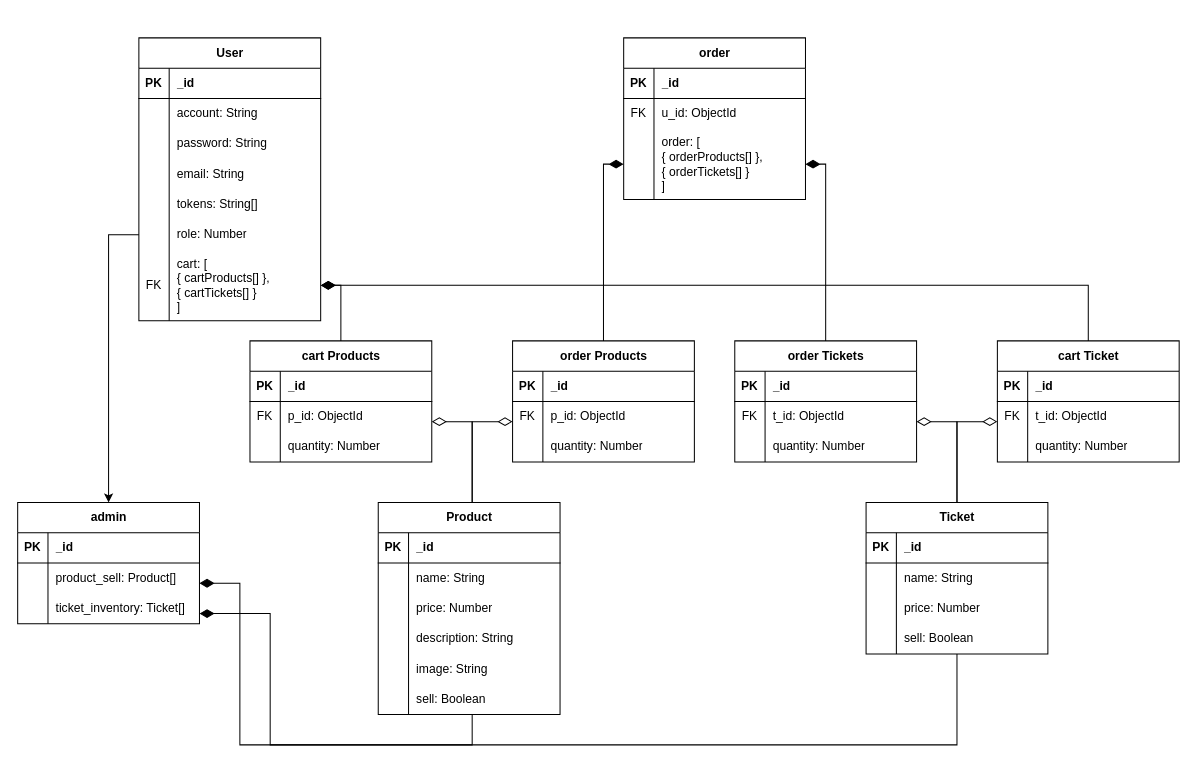
Above: 形象網站專題/database.drawio in Inori0107/Muller- (draw.io), before the change. Source tidied: cells renumbered, new cells numbered last; positions are measured from the earlier drawing's top-left corner, leaving out a move shared by most shapes. Both pictures are drawn from the tidied source at 101%, with x=0, y=0 at pixel (17, 37).
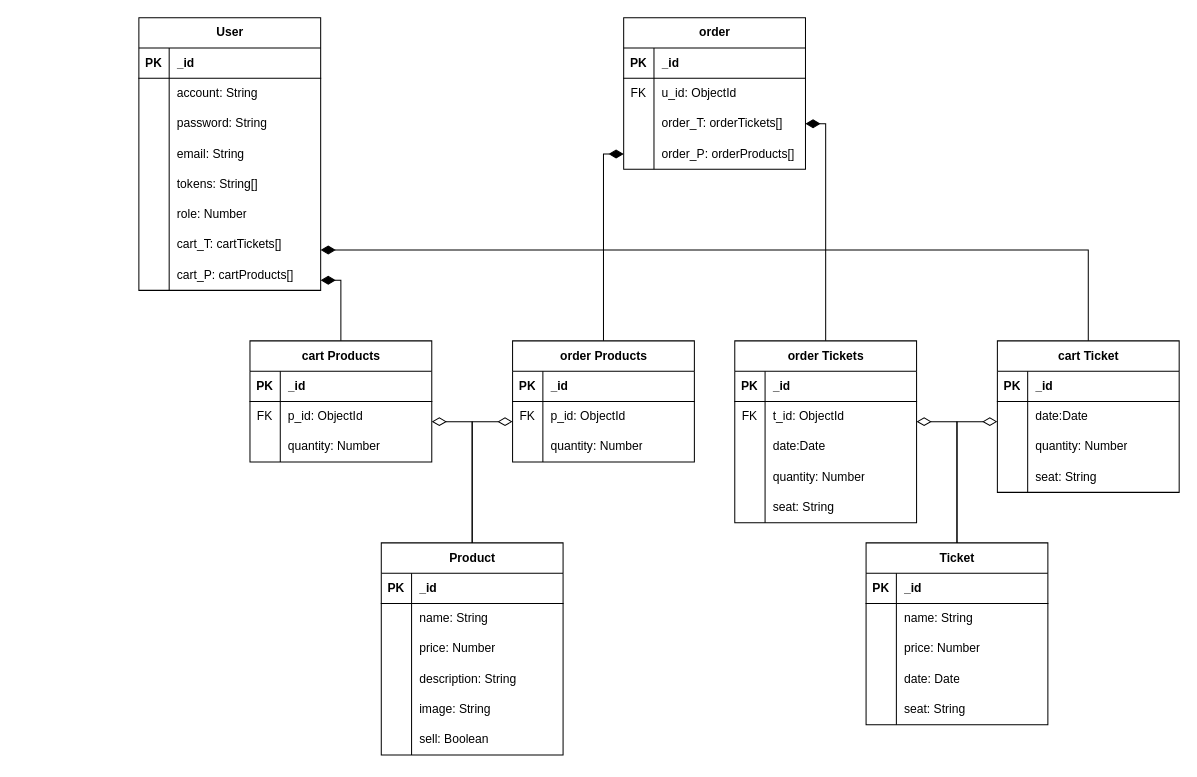
Above is the later version.

The change refers to these unchanged cells:
```xml
<mxCell id="18" style="shape=tableRow;horizontal=0;startSize=0;swimlaneHead=0;swimlaneBody=0;fillColor=none;points=[[0,0.5],[1,0.5]];portConstraint=eastwest;top=0;left=0;right=0;bottom=0;" parent="2" vertex="1">
  <mxGeometry y="180" width="180" height="30" as="geometry" />
</mxCell>
<mxCell id="24" value="cart Products" style="shape=table;startSize=30;childLayout=tableLayout;rowLines=0;fontStyle=1;align=center;html=1;" parent="1" vertex="1">
  <mxGeometry x="230" y="300" width="180" height="120" as="geometry" />
</mxCell>
<mxCell id="28" style="shape=tableRow;horizontal=0;startSize=0;swimlaneHead=0;swimlaneBody=0;fillColor=none;points=[[0,0.5],[1,0.5]];portConstraint=eastwest;top=0;left=0;right=0;bottom=0;" parent="24" vertex="1">
  <mxGeometry y="60" width="180" height="30" as="geometry" />
</mxCell>
<mxCell id="34" value="order Products" style="shape=table;startSize=30;childLayout=tableLayout;rowLines=0;fontStyle=1;align=center;html=1;" parent="1" vertex="1">
  <mxGeometry x="490" y="300" width="180" height="120" as="geometry" />
</mxCell>
<mxCell id="97" style="shape=tableRow;horizontal=0;startSize=0;swimlaneHead=0;swimlaneBody=0;fillColor=none;top=0;left=0;right=0;bottom=0;" parent="87" vertex="1">
  <mxGeometry y="120" width="180" height="30" as="geometry" />
</mxCell>
<mxCell id="104" style="shape=tableRow;horizontal=0;startSize=0;swimlaneHead=0;swimlaneBody=0;fillColor=none;points=[[0,0.5],[1,0.5]];portConstraint=eastwest;top=0;left=0;right=0;bottom=0;" parent="100" vertex="1">
  <mxGeometry y="60" width="180" height="30" as="geometry" />
</mxCell>
<mxCell id="118" style="shape=tableRow;horizontal=0;startSize=0;swimlaneHead=0;swimlaneBody=0;fillColor=none;top=0;left=0;right=0;bottom=0;" parent="111" vertex="1">
  <mxGeometry y="90" width="180" height="30" as="geometry" />
</mxCell>
```

What changed in the source:
```diff
@@
     <mxCell id="2" value="User" style="shape=table;startSize=30;childLayout=tableLayout;rowLines=0;fontStyle=1;align=center;html=1;" parent="1" vertex="1">
-      <mxGeometry x="120" width="180" height="280" as="geometry" />
+      <mxGeometry x="120" y="-20" width="180" height="270" as="geometry" />
     </mxCell>
@@
-    <mxCell id="21" style="shape=tableRow;horizontal=0;startSize=0;swimlaneHead=0;swimlaneBody=0;fillColor=none;points=[[0,0.5],[1,0.5]];portConstraint=eastwest;top=0;left=0;right=0;bottom=0;" parent="2" vertex="1">
-      <mxGeometry y="210" width="180" height="70" as="geometry" />
-    </mxCell>
-    <mxCell id="22" value="FK" style="shape=partialRectangle;fillColor=none;top=0;left=0;bottom=0;right=0;overflow=hidden;whiteSpace=wrap;html=1;" parent="21" vertex="1">
-      <mxGeometry width="30" height="70" as="geometry" />
-    </mxCell>
-    <mxCell id="23" value="cart: [&lt;div&gt;{ cartProducts[] },&lt;br&gt;{ cartTickets[] }&lt;/div&gt;&lt;div&gt;]&lt;/div&gt;" style="shape=partialRectangle;fillColor=none;top=0;left=0;bottom=0;right=0;align=left;spacingLeft=6;overflow=hidden;whiteSpace=wrap;html=1;" parent="21" vertex="1">
-      <mxGeometry x="30" width="150" height="70" as="geometry" />
-    </mxCell>
+    <mxCell id="128" style="shape=tableRow;horizontal=0;startSize=0;swimlaneHead=0;swimlaneBody=0;fillColor=none;points=[[0,0.5],[1,0.5]];portConstraint=eastwest;top=0;left=0;right=0;bottom=0;" parent="2" vertex="1">
+      <mxGeometry y="210" width="180" height="30" as="geometry" />
+    </mxCell>
+    <mxCell id="129" style="shape=partialRectangle;fillColor=none;top=0;left=0;bottom=0;right=0;overflow=hidden;whiteSpace=wrap;html=1;" parent="128" vertex="1">
+      <mxGeometry width="30" height="30" as="geometry" />
+    </mxCell>
+    <mxCell id="130" value="cart_T: cartTickets[]" style="shape=partialRectangle;fillColor=none;top=0;left=0;bottom=0;right=0;align=left;spacingLeft=6;overflow=hidden;whiteSpace=wrap;html=1;" parent="128" vertex="1">
+      <mxGeometry x="30" width="150" height="30" as="geometry" />
+    </mxCell>
+    <mxCell id="131" style="shape=tableRow;horizontal=0;startSize=0;swimlaneHead=0;swimlaneBody=0;fillColor=none;points=[[0,0.5],[1,0.5]];portConstraint=eastwest;top=0;left=0;right=0;bottom=0;" parent="2" vertex="1">
+      <mxGeometry y="240" width="180" height="30" as="geometry" />
+    </mxCell>
+    <mxCell id="132" style="shape=partialRectangle;fillColor=none;top=0;left=0;bottom=0;right=0;overflow=hidden;whiteSpace=wrap;html=1;" parent="131" vertex="1">
+      <mxGeometry width="30" height="30" as="geometry" />
+    </mxCell>
+    <mxCell id="133" value="cart_P: cartProducts[]" style="shape=partialRectangle;fillColor=none;top=0;left=0;bottom=0;right=0;align=left;spacingLeft=6;overflow=hidden;whiteSpace=wrap;html=1;" parent="131" vertex="1">
+      <mxGeometry x="30" width="150" height="30" as="geometry" />
+    </mxCell>
@@
-    <mxCell id="45" value="admin" style="shape=table;startSize=30;childLayout=tableLayout;rowLines=0;fontStyle=1;align=center;html=1;" parent="1" vertex="1">
-      <mxGeometry y="460" width="180" height="120" as="geometry" />
-    </mxCell>
-    <mxCell id="46" style="shape=tableRow;horizontal=0;startSize=0;swimlaneHead=0;swimlaneBody=0;fillColor=none;top=0;left=0;right=0;bottom=1;" parent="45" vertex="1">
-      <mxGeometry y="30" width="180" height="30" as="geometry" />
-    </mxCell>
-    <mxCell id="47" value="PK" style="shape=partialRectangle;fillColor=none;top=0;left=0;bottom=0;right=0;fontStyle=1;overflow=hidden;whiteSpace=wrap;html=1;" parent="46" vertex="1">
-      <mxGeometry width="30" height="30" as="geometry" />
-    </mxCell>
-    <mxCell id="48" value="_id" style="shape=partialRectangle;fillColor=none;top=0;left=0;bottom=0;right=0;align=left;spacingLeft=6;fontStyle=1;overflow=hidden;whiteSpace=wrap;html=1;" parent="46" vertex="1">
-      <mxGeometry x="30" width="150" height="30" as="geometry" />
-    </mxCell>
-    <mxCell id="49" style="shape=tableRow;horizontal=0;startSize=0;swimlaneHead=0;swimlaneBody=0;fillColor=none;points=[[0,0.5],[1,0.5]];portConstraint=eastwest;top=0;left=0;right=0;bottom=0;" parent="45" vertex="1">
-      <mxGeometry y="60" width="180" height="30" as="geometry" />
-    </mxCell>
-    <mxCell id="50" style="shape=partialRectangle;fillColor=none;top=0;left=0;bottom=0;right=0;overflow=hidden;whiteSpace=wrap;html=1;" parent="49" vertex="1">
-      <mxGeometry width="30" height="30" as="geometry" />
-    </mxCell>
-    <mxCell id="51" value="product_sell: Product[]" style="shape=partialRectangle;fillColor=none;top=0;left=0;bottom=0;right=0;align=left;spacingLeft=6;overflow=hidden;whiteSpace=wrap;html=1;" parent="49" vertex="1">
-      <mxGeometry x="30" width="150" height="30" as="geometry" />
-    </mxCell>
-    <mxCell id="52" style="shape=tableRow;horizontal=0;startSize=0;swimlaneHead=0;swimlaneBody=0;fillColor=none;points=[[0,0.5],[1,0.5]];portConstraint=eastwest;top=0;left=0;right=0;bottom=0;" parent="45" vertex="1">
-      <mxGeometry y="90" width="180" height="30" as="geometry" />
-    </mxCell>
-    <mxCell id="53" style="shape=partialRectangle;fillColor=none;top=0;left=0;bottom=0;right=0;overflow=hidden;whiteSpace=wrap;html=1;" parent="52" vertex="1">
-      <mxGeometry width="30" height="30" as="geometry" />
-    </mxCell>
-    <mxCell id="54" value="ticket_inventory: Ticket[]" style="shape=partialRectangle;fillColor=none;top=0;left=0;bottom=0;right=0;align=left;spacingLeft=6;overflow=hidden;whiteSpace=wrap;html=1;" parent="52" vertex="1">
-      <mxGeometry x="30" width="150" height="30" as="geometry" />
-    </mxCell>
     <mxCell id="55" value="Product" style="shape=table;startSize=30;childLayout=tableLayout;rowLines=0;fontStyle=1;align=center;html=1;" parent="1" vertex="1">
-      <mxGeometry x="357" y="460" width="180" height="210" as="geometry" />
+      <mxGeometry x="360" y="500" width="180" height="210" as="geometry" />
     </mxCell>
@@
     <mxCell id="74" value="order" style="shape=table;startSize=30;childLayout=tableLayout;rowLines=0;fontStyle=1;align=center;html=1;" parent="1" vertex="1">
-      <mxGeometry x="600" width="180" height="160" as="geometry" />
+      <mxGeometry x="600" y="-20" width="180" height="150" as="geometry" />
     </mxCell>
@@
-    <mxCell id="81" style="shape=tableRow;horizontal=0;startSize=0;swimlaneHead=0;swimlaneBody=0;fillColor=none;points=[[0,0.5],[1,0.5]];portConstraint=eastwest;top=0;left=0;right=0;bottom=0;" parent="74" vertex="1">
-      <mxGeometry y="90" width="180" height="70" as="geometry" />
-    </mxCell>
-    <mxCell id="82" style="shape=partialRectangle;fillColor=none;top=0;left=0;bottom=0;right=0;overflow=hidden;whiteSpace=wrap;html=1;" parent="81" vertex="1">
-      <mxGeometry width="30" height="70" as="geometry" />
-    </mxCell>
-    <mxCell id="83" value="order: [&lt;div&gt;{ orderProducts[] },&lt;br&gt;{ orderTickets[] }&lt;/div&gt;&lt;div&gt;]&lt;/div&gt;" style="shape=partialRectangle;fillColor=none;top=0;left=0;bottom=0;right=0;align=left;spacingLeft=6;overflow=hidden;whiteSpace=wrap;html=1;" parent="81" vertex="1">
-      <mxGeometry x="30" width="150" height="70" as="geometry" />
-    </mxCell>
+    <mxCell id="52" style="shape=tableRow;horizontal=0;startSize=0;swimlaneHead=0;swimlaneBody=0;fillColor=none;points=[[0,0.5],[1,0.5]];portConstraint=eastwest;top=0;left=0;right=0;bottom=0;" parent="74" vertex="1">
+      <mxGeometry y="90" width="180" height="30" as="geometry" />
+    </mxCell>
+    <mxCell id="134" style="shape=partialRectangle;fillColor=none;top=0;left=0;bottom=0;right=0;overflow=hidden;whiteSpace=wrap;html=1;" parent="52" vertex="1">
+      <mxGeometry width="30" height="30" as="geometry" />
+    </mxCell>
+    <mxCell id="135" value="order_T: orderTickets[]" style="shape=partialRectangle;fillColor=none;top=0;left=0;bottom=0;right=0;align=left;spacingLeft=6;overflow=hidden;whiteSpace=wrap;html=1;" parent="52" vertex="1">
+      <mxGeometry x="30" width="150" height="30" as="geometry" />
+    </mxCell>
+    <mxCell id="136" style="shape=tableRow;horizontal=0;startSize=0;swimlaneHead=0;swimlaneBody=0;fillColor=none;points=[[0,0.5],[1,0.5]];portConstraint=eastwest;top=0;left=0;right=0;bottom=0;" parent="74" vertex="1">
+      <mxGeometry y="120" width="180" height="30" as="geometry" />
+    </mxCell>
+    <mxCell id="137" style="shape=partialRectangle;fillColor=none;top=0;left=0;bottom=0;right=0;overflow=hidden;whiteSpace=wrap;html=1;" parent="136" vertex="1">
+      <mxGeometry width="30" height="30" as="geometry" />
+    </mxCell>
+    <mxCell id="138" value="order_P: orderProducts[]" style="shape=partialRectangle;fillColor=none;top=0;left=0;bottom=0;right=0;align=left;spacingLeft=6;overflow=hidden;whiteSpace=wrap;html=1;" parent="136" vertex="1">
+      <mxGeometry x="30" width="150" height="30" as="geometry" />
+    </mxCell>
     <mxCell id="84" style="edgeStyle=orthogonalEdgeStyle;rounded=0;jettySize=auto;html=1;entryX=0.5;entryY=0;entryDx=0;entryDy=0;endArrow=none;endFill=0;startArrow=diamondThin;startFill=0;startSize=12;" parent="1" edge="1" source="28" target="55">
       <mxGeometry relative="1" as="geometry">
         <Array as="points">
           <mxPoint x="450" y="380" />
-          <mxPoint x="450" y="460" />
+          <mxPoint x="450" y="500" />
         </Array>
       </mxGeometry>
     </mxCell>
-    <mxCell id="85" style="edgeStyle=orthogonalEdgeStyle;rounded=0;jettySize=auto;html=1;entryX=0.5;entryY=0;entryDx=0;entryDy=0;endArrow=none;endFill=0;startArrow=diamondThin;startFill=1;startSize=12;" parent="1" edge="1" source="81" target="34">
+    <mxCell id="85" style="edgeStyle=orthogonalEdgeStyle;rounded=0;jettySize=auto;html=1;entryX=0.5;entryY=0;entryDx=0;entryDy=0;endArrow=none;endFill=0;startArrow=diamondThin;startFill=1;startSize=12;" parent="1" edge="1" target="34">
       <mxGeometry relative="1" as="geometry">
         <Array as="points">
           <mxPoint x="580" y="125" />
         </Array>
       </mxGeometry>
     </mxCell>
@@
     <mxCell id="87" value="Ticket" style="shape=table;startSize=30;childLayout=tableLayout;rowLines=0;fontStyle=1;align=center;html=1;" parent="1" vertex="1">
-      <mxGeometry x="840" y="460" width="180" height="150" as="geometry" />
+      <mxGeometry x="840" y="500" width="180" height="180" as="geometry" />
     </mxCell>
@@
-    <mxCell id="99" value="sell: Boolean" style="shape=partialRectangle;fillColor=none;top=0;left=0;bottom=0;right=0;align=left;spacingLeft=6;overflow=hidden;whiteSpace=wrap;html=1;" parent="97" vertex="1">
+    <mxCell id="99" value="date: Date" style="shape=partialRectangle;fillColor=none;top=0;left=0;bottom=0;right=0;align=left;spacingLeft=6;overflow=hidden;whiteSpace=wrap;html=1;" parent="97" vertex="1">
       <mxGeometry x="30" width="150" height="30" as="geometry" />
     </mxCell>
+    <mxCell id="139" style="shape=tableRow;horizontal=0;startSize=0;swimlaneHead=0;swimlaneBody=0;fillColor=none;top=0;left=0;right=0;bottom=0;" parent="87" vertex="1">
+      <mxGeometry y="150" width="180" height="30" as="geometry" />
+    </mxCell>
+    <mxCell id="140" style="shape=partialRectangle;fillColor=none;top=0;left=0;bottom=0;right=0;overflow=hidden;whiteSpace=wrap;html=1;" parent="139" vertex="1">
+      <mxGeometry width="30" height="30" as="geometry" />
+    </mxCell>
+    <mxCell id="141" value="seat: String" style="shape=partialRectangle;fillColor=none;top=0;left=0;bottom=0;right=0;align=left;spacingLeft=6;overflow=hidden;whiteSpace=wrap;html=1;" parent="139" vertex="1">
+      <mxGeometry x="30" width="150" height="30" as="geometry" />
+    </mxCell>
     <mxCell id="100" value="cart Ticket" style="shape=table;startSize=30;childLayout=tableLayout;rowLines=0;fontStyle=1;align=center;html=1;" parent="1" vertex="1">
-      <mxGeometry x="970" y="300" width="180" height="120" as="geometry" />
+      <mxGeometry x="970" y="300" width="180" height="150" as="geometry" />
     </mxCell>
@@
-    <mxCell id="105" value="FK" style="shape=partialRectangle;fillColor=none;top=0;left=0;bottom=0;right=0;overflow=hidden;whiteSpace=wrap;html=1;" parent="104" vertex="1">
+    <mxCell id="105" style="shape=partialRectangle;fillColor=none;top=0;left=0;bottom=0;right=0;overflow=hidden;whiteSpace=wrap;html=1;" parent="104" vertex="1">
       <mxGeometry width="30" height="30" as="geometry" />
     </mxCell>
-    <mxCell id="106" value="t_id: ObjectId" style="shape=partialRectangle;fillColor=none;top=0;left=0;bottom=0;right=0;align=left;spacingLeft=6;overflow=hidden;whiteSpace=wrap;html=1;" parent="104" vertex="1">
+    <mxCell id="106" value="date:Date" style="shape=partialRectangle;fillColor=none;top=0;left=0;bottom=0;right=0;align=left;spacingLeft=6;overflow=hidden;whiteSpace=wrap;html=1;" parent="104" vertex="1">
       <mxGeometry x="30" width="150" height="30" as="geometry" />
     </mxCell>
@@
+    <mxCell id="142" style="shape=tableRow;horizontal=0;startSize=0;swimlaneHead=0;swimlaneBody=0;fillColor=none;top=0;left=0;right=0;bottom=0;" parent="100" vertex="1">
+      <mxGeometry y="120" width="180" height="30" as="geometry" />
+    </mxCell>
+    <mxCell id="143" style="shape=partialRectangle;fillColor=none;top=0;left=0;bottom=0;right=0;overflow=hidden;whiteSpace=wrap;html=1;" parent="142" vertex="1">
+      <mxGeometry width="30" height="30" as="geometry" />
+    </mxCell>
+    <mxCell id="144" value="seat: String" style="shape=partialRectangle;fillColor=none;top=0;left=0;bottom=0;right=0;align=left;spacingLeft=6;overflow=hidden;whiteSpace=wrap;html=1;" parent="142" vertex="1">
+      <mxGeometry x="30" width="150" height="30" as="geometry" />
+    </mxCell>
-    <mxCell id="110" style="edgeStyle=orthogonalEdgeStyle;rounded=0;jettySize=auto;html=1;entryX=0.5;entryY=0;entryDx=0;entryDy=0;endArrow=none;endFill=0;startArrow=diamondThin;startFill=1;startSize=12;" parent="1" edge="1" source="21" target="100">
+    <mxCell id="110" style="edgeStyle=orthogonalEdgeStyle;rounded=0;jettySize=auto;html=1;entryX=0.5;entryY=0;entryDx=0;entryDy=0;endArrow=none;endFill=0;startArrow=diamondThin;startFill=1;startSize=12;" parent="1" edge="1" target="100">
       <mxGeometry relative="1" as="geometry" />
     </mxCell>
     <mxCell id="111" value="order Tickets" style="shape=table;startSize=30;childLayout=tableLayout;rowLines=0;fontStyle=1;align=center;html=1;" parent="1" vertex="1">
-      <mxGeometry x="710" y="300" width="180" height="120" as="geometry" />
+      <mxGeometry x="710" y="300" width="180" height="180" as="geometry" />
     </mxCell>
@@
-    <mxCell id="120" value="quantity: Number" style="shape=partialRectangle;fillColor=none;top=0;left=0;bottom=0;right=0;align=left;spacingLeft=6;overflow=hidden;whiteSpace=wrap;html=1;" parent="118" vertex="1">
+    <mxCell id="120" value="date:Date" style="shape=partialRectangle;fillColor=none;top=0;left=0;bottom=0;right=0;align=left;spacingLeft=6;overflow=hidden;whiteSpace=wrap;html=1;" parent="118" vertex="1">
       <mxGeometry x="30" width="150" height="30" as="geometry" />
     </mxCell>
+    <mxCell id="145" style="shape=tableRow;horizontal=0;startSize=0;swimlaneHead=0;swimlaneBody=0;fillColor=none;top=0;left=0;right=0;bottom=0;" parent="111" vertex="1">
+      <mxGeometry y="120" width="180" height="30" as="geometry" />
+    </mxCell>
+    <mxCell id="146" style="shape=partialRectangle;fillColor=none;top=0;left=0;bottom=0;right=0;overflow=hidden;whiteSpace=wrap;html=1;" parent="145" vertex="1">
+      <mxGeometry width="30" height="30" as="geometry" />
+    </mxCell>
+    <mxCell id="147" value="quantity: Number" style="shape=partialRectangle;fillColor=none;top=0;left=0;bottom=0;right=0;align=left;spacingLeft=6;overflow=hidden;whiteSpace=wrap;html=1;" parent="145" vertex="1">
+      <mxGeometry x="30" width="150" height="30" as="geometry" />
+    </mxCell>
+    <mxCell id="148" style="shape=tableRow;horizontal=0;startSize=0;swimlaneHead=0;swimlaneBody=0;fillColor=none;top=0;left=0;right=0;bottom=0;" parent="111" vertex="1">
+      <mxGeometry y="150" width="180" height="30" as="geometry" />
+    </mxCell>
+    <mxCell id="149" style="shape=partialRectangle;fillColor=none;top=0;left=0;bottom=0;right=0;overflow=hidden;whiteSpace=wrap;html=1;" parent="148" vertex="1">
+      <mxGeometry width="30" height="30" as="geometry" />
+    </mxCell>
+    <mxCell id="150" value="seat: String" style="shape=partialRectangle;fillColor=none;top=0;left=0;bottom=0;right=0;align=left;spacingLeft=6;overflow=hidden;whiteSpace=wrap;html=1;" parent="148" vertex="1">
+      <mxGeometry x="30" width="150" height="30" as="geometry" />
+    </mxCell>
-    <mxCell id="121" style="edgeStyle=orthogonalEdgeStyle;rounded=0;jettySize=auto;html=1;endArrow=none;endFill=0;startArrow=diamondThin;startFill=1;startSize=12;" parent="1" edge="1" source="21" target="24">
+    <mxCell id="121" style="edgeStyle=orthogonalEdgeStyle;rounded=0;jettySize=auto;html=1;endArrow=none;endFill=0;startArrow=diamondThin;startFill=1;startSize=12;" parent="1" edge="1" target="24">
       <mxGeometry relative="1" as="geometry">
         <Array as="points">
           <mxPoint x="320" y="245" />
         </Array>
       </mxGeometry>
     </mxCell>
@@
-    <mxCell id="124" style="edgeStyle=orthogonalEdgeStyle;rounded=0;jettySize=auto;html=1;endArrow=none;endFill=0;startArrow=diamondThin;startFill=1;startSize=12;" parent="1" edge="1" source="81" target="111">
+    <mxCell id="124" style="edgeStyle=orthogonalEdgeStyle;rounded=0;jettySize=auto;html=1;endArrow=none;endFill=0;startArrow=diamondThin;startFill=1;startSize=12;" parent="1" edge="1" target="111">
       <mxGeometry relative="1" as="geometry">
         <Array as="points">
           <mxPoint x="800" y="125" />
         </Array>
       </mxGeometry>
     </mxCell>
-    <mxCell id="125" style="edgeStyle=orthogonalEdgeStyle;rounded=0;jettySize=auto;html=1;" parent="1" edge="1" source="18" target="45">
-      <mxGeometry relative="1" as="geometry" />
-    </mxCell>
-    <mxCell id="126" style="edgeStyle=orthogonalEdgeStyle;rounded=0;jettySize=auto;html=1;endArrow=none;endFill=0;startArrow=diamondThin;startFill=1;startSize=12;" parent="1" edge="1" source="49" target="55">
-      <mxGeometry relative="1" as="geometry">
-        <Array as="points">
-          <mxPoint x="220" y="540" />
-          <mxPoint x="220" y="700" />
-          <mxPoint x="450" y="700" />
-        </Array>
-      </mxGeometry>
-    </mxCell>
-    <mxCell id="127" style="edgeStyle=orthogonalEdgeStyle;rounded=0;jettySize=auto;html=1;endArrow=none;endFill=0;startArrow=diamondThin;startFill=1;startSize=12;" parent="1" edge="1" source="52" target="87">
-      <mxGeometry relative="1" as="geometry">
-        <Array as="points">
-          <mxPoint x="250" y="570" />
-          <mxPoint x="250" y="700" />
-          <mxPoint x="930" y="700" />
-        </Array>
-      </mxGeometry>
-    </mxCell>
+    <mxCell id="151" style="edgeStyle=orthogonalEdgeStyle;rounded=0;jettySize=auto;html=1;endArrow=none;endFill=0;startArrow=diamondThin;startFill=1;startSize=12;" parent="1" edge="1" source="128" target="100">
+      <mxGeometry relative="1" as="geometry">
+        <Array as="points">
+          <mxPoint x="1060" y="210" />
+        </Array>
+      </mxGeometry>
+    </mxCell>
+    <mxCell id="152" style="edgeStyle=orthogonalEdgeStyle;rounded=0;jettySize=auto;html=1;endArrow=none;endFill=0;startArrow=diamondThin;startFill=1;startSize=12;" parent="1" edge="1" source="131" target="24">
+      <mxGeometry relative="1" as="geometry">
+        <Array as="points">
+          <mxPoint x="320" y="240" />
+        </Array>
+      </mxGeometry>
+    </mxCell>
+    <mxCell id="153" style="edgeStyle=orthogonalEdgeStyle;rounded=0;jettySize=auto;html=1;endArrow=none;endFill=0;startArrow=diamondThin;startFill=1;startSize=12;" parent="1" edge="1" source="52" target="111">
+      <mxGeometry relative="1" as="geometry">
+        <Array as="points">
+          <mxPoint x="800" y="85" />
+        </Array>
+      </mxGeometry>
+    </mxCell>
+    <mxCell id="154" style="edgeStyle=orthogonalEdgeStyle;rounded=0;jettySize=auto;html=1;endArrow=none;endFill=0;startArrow=diamondThin;startFill=1;startSize=12;" parent="1" edge="1" source="136" target="34">
+      <mxGeometry relative="1" as="geometry">
+        <Array as="points">
+          <mxPoint x="580" y="115" />
+        </Array>
+      </mxGeometry>
+    </mxCell>
```
